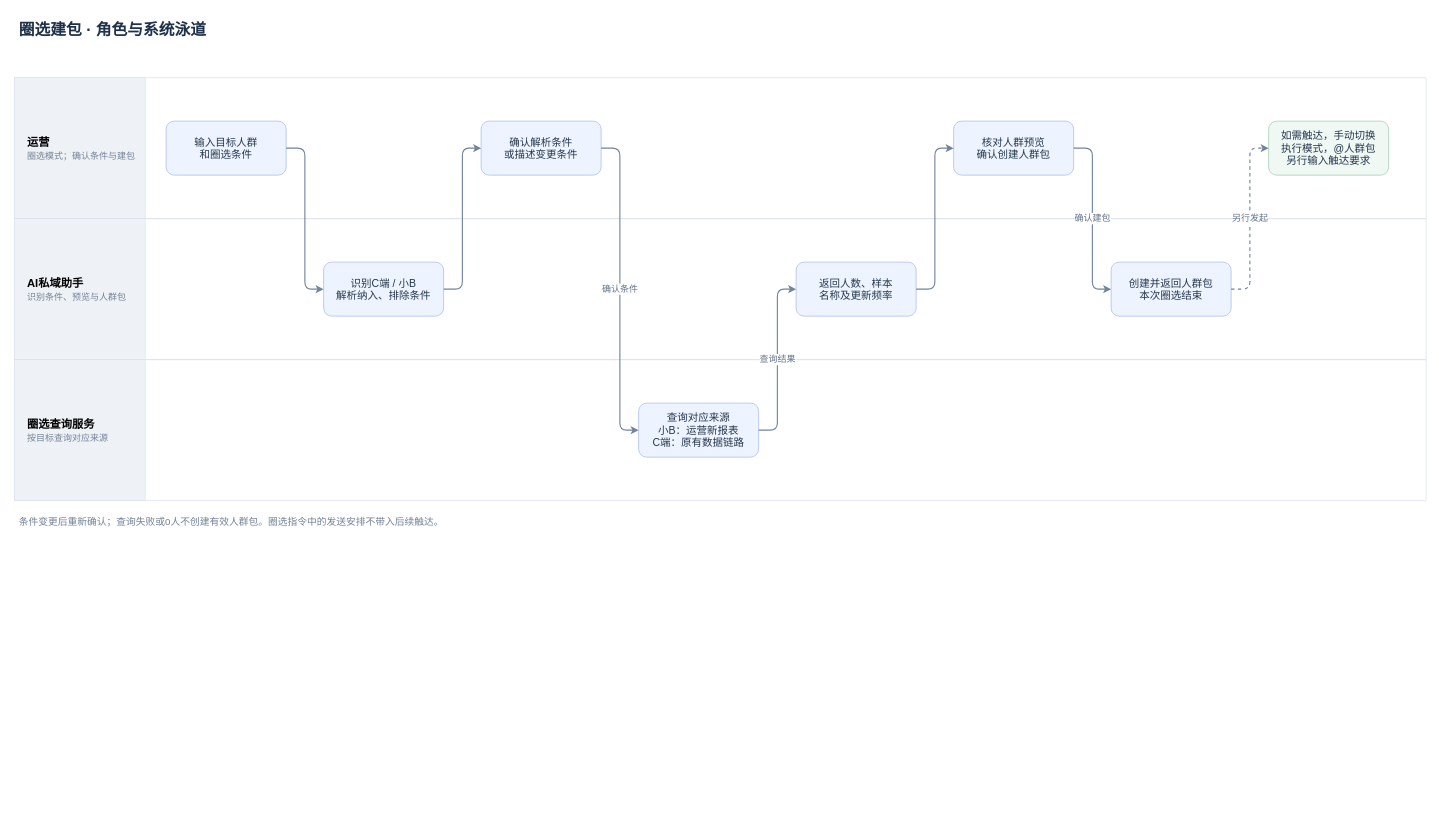
JZT-AI/ai-proactive-activation keeps this draw.io diagram as page "圈选建包｜系统角色泳道" (1 of 3) of message-notifications/消息通知-角色与系统业务流程.drawio. Above is the earlier version. Source tidied: cells renumbered, new cells numbered last; positions are measured from the earlier drawing's top-left corner, leaving out a move shared by most shapes. Both pictures are drawn from the tidied source at 75%, with x=0, y=0 at pixel (14, 14).
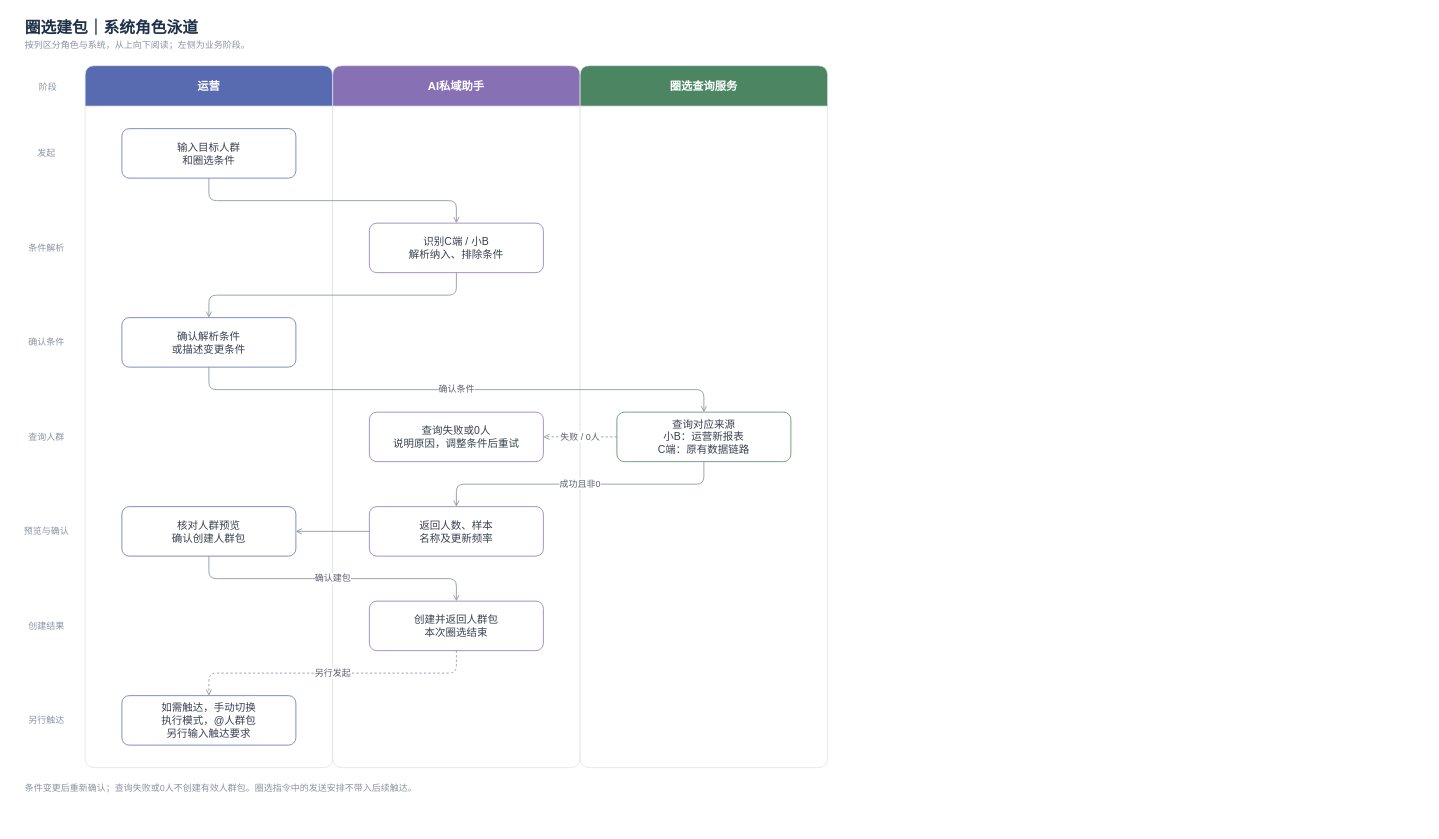
Above is the later version.

The edit, as a diff of the source:
```diff
@@
-    <mxCell id="2" value="圈选建包 · 角色与系统泳道" style="text;html=1;fontSize=21;fontStyle=1;fontColor=#20324a;align=left;" parent="1" vertex="1">
-      <mxGeometry x="4" width="1874" height="32" as="geometry" />
+    <mxCell id="2" value="圈选建包｜系统角色泳道" style="text;html=1;fontSize=21;fontStyle=1;fontColor=#20324a;align=left;" parent="1" vertex="1">
+      <mxGeometry x="12" y="-2" width="1066" height="32" as="geometry" />
     </mxCell>
-    <mxCell id="3" style="swimlane;horizontal=1;startSize=0;fillColor=#ffffff;strokeColor=#dce3ed;" parent="1" vertex="1">
-      <mxGeometry y="84" width="1882" height="188" as="geometry" />
+    <mxCell id="3" value="按列区分角色与系统，从上向下阅读；左侧为业务阶段。" style="text;html=1;fontSize=12;fontColor=#8993a4;align=left;" parent="1" vertex="1">
+      <mxGeometry x="12" y="27" width="1066" height="24" as="geometry" />
     </mxCell>
-    <mxCell id="4" value="运营&lt;br&gt;&lt;font style=&quot;font-size:12px;font-weight:normal;color:#758296&quot;&gt;圈选模式；确认条件与建包&lt;/font&gt;" style="rounded=0;whiteSpace=wrap;html=1;fillColor=#eef2f7;strokeColor=#dce3ed;fontSize=15;fontStyle=1;align=left;spacingLeft=15;" parent="3" vertex="1">
-      <mxGeometry width="174" height="188" as="geometry" />
+    <mxCell id="4" value="阶段" style="text;html=1;fontSize=12;fontColor=#8993a4;align=center;" parent="1" vertex="1">
+      <mxGeometry x="6" y="83" width="76" height="24" as="geometry" />
     </mxCell>
-    <mxCell id="5" style="swimlane;horizontal=1;startSize=0;fillColor=#f8fafc;strokeColor=#dce3ed;" parent="1" vertex="1">
-      <mxGeometry y="272" width="1882" height="188" as="geometry" />
+    <mxCell id="5" value="运营" style="swimlane;horizontal=1;startSize=54;rounded=1;arcSize=8;fillColor=#596bb0;swimlaneFillColor=#ffffff;strokeColor=#dce1e9;fontColor=#ffffff;fontSize=15;fontStyle=1;" parent="1" vertex="1">
+      <mxGeometry x="94" y="68" width="330" height="936" as="geometry" />
     </mxCell>
-    <mxCell id="6" value="AI私域助手&lt;br&gt;&lt;font style=&quot;font-size:12px;font-weight:normal;color:#758296&quot;&gt;识别条件、预览与人群包&lt;/font&gt;" style="rounded=0;whiteSpace=wrap;html=1;fillColor=#eef2f7;strokeColor=#dce3ed;fontSize=15;fontStyle=1;align=left;spacingLeft=15;" parent="5" vertex="1">
-      <mxGeometry width="174" height="188" as="geometry" />
+    <mxCell id="6" value="AI私域助手" style="swimlane;horizontal=1;startSize=54;rounded=1;arcSize=8;fillColor=#8870b5;swimlaneFillColor=#ffffff;strokeColor=#dce1e9;fontColor=#ffffff;fontSize=15;fontStyle=1;" parent="1" vertex="1">
+      <mxGeometry x="424" y="68" width="330" height="936" as="geometry" />
     </mxCell>
-    <mxCell id="7" style="swimlane;horizontal=1;startSize=0;fillColor=#ffffff;strokeColor=#dce3ed;" parent="1" vertex="1">
-      <mxGeometry y="460" width="1882" height="188" as="geometry" />
+    <mxCell id="7" value="圈选查询服务" style="swimlane;horizontal=1;startSize=54;rounded=1;arcSize=8;fillColor=#4c8562;swimlaneFillColor=#ffffff;strokeColor=#dce1e9;fontColor=#ffffff;fontSize=15;fontStyle=1;" parent="1" vertex="1">
+      <mxGeometry x="754" y="68" width="330" height="936" as="geometry" />
     </mxCell>
-    <mxCell id="8" value="圈选查询服务&lt;br&gt;&lt;font style=&quot;font-size:12px;font-weight:normal;color:#758296&quot;&gt;按目标查询对应来源&lt;/font&gt;" style="rounded=0;whiteSpace=wrap;html=1;fillColor=#eef2f7;strokeColor=#dce3ed;fontSize=15;fontStyle=1;align=left;spacingLeft=15;" parent="7" vertex="1">
-      <mxGeometry width="174" height="188" as="geometry" />
+    <mxCell id="8" value="发起" style="text;html=1;fontSize=12;fontColor=#8993a4;align=center;" parent="1" vertex="1">
+      <mxGeometry x="-2" y="171" width="88" height="28" as="geometry" />
     </mxCell>
-    <mxCell id="9" value="输入目标人群&lt;br&gt;和圈选条件" style="rounded=1;whiteSpace=wrap;html=1;fillColor=#eef4ff;strokeColor=#a8bde8;fontColor=#24364c;fontSize=14;spacing=8;" parent="3" vertex="1">
-      <mxGeometry x="202" y="58" width="160" height="72" as="geometry" />
+    <mxCell id="9" value="条件解析" style="text;html=1;fontSize=12;fontColor=#8993a4;align=center;" parent="1" vertex="1">
+      <mxGeometry x="-2" y="297" width="88" height="28" as="geometry" />
     </mxCell>
-    <mxCell id="10" value="识别C端 / 小B&lt;br&gt;解析纳入、排除条件" style="rounded=1;whiteSpace=wrap;html=1;fillColor=#eef4ff;strokeColor=#a8bde8;fontColor=#24364c;fontSize=14;spacing=8;" parent="5" vertex="1">
-      <mxGeometry x="412" y="58" width="160" height="72" as="geometry" />
+    <mxCell id="10" value="确认条件" style="text;html=1;fontSize=12;fontColor=#8993a4;align=center;" parent="1" vertex="1">
+      <mxGeometry x="-2" y="423" width="88" height="28" as="geometry" />
     </mxCell>
-    <mxCell id="11" value="确认解析条件&lt;br&gt;或描述变更条件" style="rounded=1;whiteSpace=wrap;html=1;fillColor=#eef4ff;strokeColor=#a8bde8;fontColor=#24364c;fontSize=14;spacing=8;" parent="3" vertex="1">
-      <mxGeometry x="622" y="58" width="160" height="72" as="geometry" />
+    <mxCell id="11" value="查询人群" style="text;html=1;fontSize=12;fontColor=#8993a4;align=center;" parent="1" vertex="1">
+      <mxGeometry x="-2" y="549" width="88" height="28" as="geometry" />
     </mxCell>
-    <mxCell id="12" value="查询对应来源&lt;br&gt;小B：运营新报表&lt;br&gt;C端：原有数据链路" style="rounded=1;whiteSpace=wrap;html=1;fillColor=#eef4ff;strokeColor=#a8bde8;fontColor=#24364c;fontSize=14;spacing=8;" parent="7" vertex="1">
-      <mxGeometry x="832" y="58" width="160" height="72" as="geometry" />
+    <mxCell id="12" value="预览与确认" style="text;html=1;fontSize=12;fontColor=#8993a4;align=center;" parent="1" vertex="1">
+      <mxGeometry x="-2" y="675" width="88" height="28" as="geometry" />
     </mxCell>
-    <mxCell id="13" value="返回人数、样本&lt;br&gt;名称及更新频率" style="rounded=1;whiteSpace=wrap;html=1;fillColor=#eef4ff;strokeColor=#a8bde8;fontColor=#24364c;fontSize=14;spacing=8;" parent="5" vertex="1">
-      <mxGeometry x="1042" y="58" width="160" height="72" as="geometry" />
+    <mxCell id="13" value="创建结果" style="text;html=1;fontSize=12;fontColor=#8993a4;align=center;" parent="1" vertex="1">
+      <mxGeometry x="-2" y="801" width="88" height="28" as="geometry" />
     </mxCell>
-    <mxCell id="14" value="核对人群预览&lt;br&gt;确认创建人群包" style="rounded=1;whiteSpace=wrap;html=1;fillColor=#eef4ff;strokeColor=#a8bde8;fontColor=#24364c;fontSize=14;spacing=8;" parent="3" vertex="1">
-      <mxGeometry x="1252" y="58" width="160" height="72" as="geometry" />
+    <mxCell id="14" value="另行触达" style="text;html=1;fontSize=12;fontColor=#8993a4;align=center;" parent="1" vertex="1">
+      <mxGeometry x="-2" y="927" width="88" height="28" as="geometry" />
     </mxCell>
-    <mxCell id="15" value="创建并返回人群包&lt;br&gt;本次圈选结束" style="rounded=1;whiteSpace=wrap;html=1;fillColor=#eef4ff;strokeColor=#a8bde8;fontColor=#24364c;fontSize=14;spacing=8;" parent="5" vertex="1">
-      <mxGeometry x="1462" y="58" width="160" height="72" as="geometry" />
+    <mxCell id="15" value="输入目标人群&lt;br&gt;和圈选条件" style="rounded=1;whiteSpace=wrap;html=1;fillColor=#ffffff;strokeColor=#596bb0;strokeWidth=1;fontColor=#374151;fontSize=14;spacing=8;" parent="5" vertex="1">
+      <mxGeometry x="49" y="84" width="232" height="66" as="geometry" />
     </mxCell>
-    <mxCell id="16" value="如需触达，手动切换&lt;br&gt;执行模式，@人群包&lt;br&gt;另行输入触达要求" style="rounded=1;whiteSpace=wrap;html=1;fillColor=#f0f8f4;strokeColor=#a6cbb5;fontColor=#24364c;fontSize=14;spacing=8;" parent="3" vertex="1">
-      <mxGeometry x="1672" y="58" width="160" height="72" as="geometry" />
+    <mxCell id="16" value="识别C端 / 小B&lt;br&gt;解析纳入、排除条件" style="rounded=1;whiteSpace=wrap;html=1;fillColor=#ffffff;strokeColor=#8870b5;strokeWidth=1;fontColor=#374151;fontSize=14;spacing=8;" parent="6" vertex="1">
+      <mxGeometry x="49" y="210" width="232" height="66" as="geometry" />
     </mxCell>
-    <mxCell id="17" style="edgeStyle=orthogonalEdgeStyle;rounded=1;html=1;strokeColor=#71849d;strokeWidth=1.5;fontSize=12;fontColor=#60728a;labelBackgroundColor=#ffffff;exitX=1;exitY=0.5;entryX=0;entryY=0.5;" parent="1" edge="1" source="9" target="10">
-      <mxGeometry relative="1" as="geometry">
-        <Array as="points">
-          <mxPoint x="387" y="178" />
-          <mxPoint x="387" y="366" />
-        </Array>
-      </mxGeometry>
+    <mxCell id="17" value="确认解析条件&lt;br&gt;或描述变更条件" style="rounded=1;whiteSpace=wrap;html=1;fillColor=#ffffff;strokeColor=#596bb0;strokeWidth=1;fontColor=#374151;fontSize=14;spacing=8;" parent="5" vertex="1">
+      <mxGeometry x="49" y="336" width="232" height="66" as="geometry" />
     </mxCell>
-    <mxCell id="18" style="edgeStyle=orthogonalEdgeStyle;rounded=1;html=1;strokeColor=#71849d;strokeWidth=1.5;fontSize=12;fontColor=#60728a;labelBackgroundColor=#ffffff;exitX=1;exitY=0.5;entryX=0;entryY=0.5;" parent="1" edge="1" source="10" target="11">
-      <mxGeometry relative="1" as="geometry">
-        <Array as="points">
-          <mxPoint x="597" y="366" />
-          <mxPoint x="597" y="178" />
-        </Array>
-      </mxGeometry>
+    <mxCell id="18" value="查询对应来源&lt;br&gt;小B：运营新报表&lt;br&gt;C端：原有数据链路" style="rounded=1;whiteSpace=wrap;html=1;fillColor=#ffffff;strokeColor=#4c8562;strokeWidth=1;fontColor=#374151;fontSize=14;spacing=8;" parent="7" vertex="1">
+      <mxGeometry x="49" y="462" width="232" height="66" as="geometry" />
     </mxCell>
-    <mxCell id="19" value="确认条件" style="edgeStyle=orthogonalEdgeStyle;rounded=1;html=1;strokeColor=#71849d;strokeWidth=1.5;fontSize=12;fontColor=#60728a;labelBackgroundColor=#ffffff;exitX=1;exitY=0.5;entryX=0;entryY=0.5;" parent="1" edge="1" source="11" target="12">
-      <mxGeometry relative="1" as="geometry">
-        <Array as="points">
-          <mxPoint x="807" y="178" />
-          <mxPoint x="807" y="554" />
-        </Array>
-      </mxGeometry>
+    <mxCell id="19" value="返回人数、样本&lt;br&gt;名称及更新频率" style="rounded=1;whiteSpace=wrap;html=1;fillColor=#ffffff;strokeColor=#8870b5;strokeWidth=1;fontColor=#374151;fontSize=14;spacing=8;" parent="6" vertex="1">
+      <mxGeometry x="49" y="588" width="232" height="66" as="geometry" />
     </mxCell>
-    <mxCell id="20" value="查询结果" style="edgeStyle=orthogonalEdgeStyle;rounded=1;html=1;strokeColor=#71849d;strokeWidth=1.5;fontSize=12;fontColor=#60728a;labelBackgroundColor=#ffffff;exitX=1;exitY=0.5;entryX=0;entryY=0.5;" parent="1" edge="1" source="12" target="13">
-      <mxGeometry relative="1" as="geometry">
-        <Array as="points">
-          <mxPoint x="1017" y="554" />
-          <mxPoint x="1017" y="366" />
-        </Array>
-      </mxGeometry>
+    <mxCell id="20" value="核对人群预览&lt;br&gt;确认创建人群包" style="rounded=1;whiteSpace=wrap;html=1;fillColor=#ffffff;strokeColor=#596bb0;strokeWidth=1;fontColor=#374151;fontSize=14;spacing=8;" parent="5" vertex="1">
+      <mxGeometry x="49" y="588" width="232" height="66" as="geometry" />
     </mxCell>
-    <mxCell id="21" style="edgeStyle=orthogonalEdgeStyle;rounded=1;html=1;strokeColor=#71849d;strokeWidth=1.5;fontSize=12;fontColor=#60728a;labelBackgroundColor=#ffffff;exitX=1;exitY=0.5;entryX=0;entryY=0.5;" parent="1" edge="1" source="13" target="14">
-      <mxGeometry relative="1" as="geometry">
-        <Array as="points">
-          <mxPoint x="1227" y="366" />
-          <mxPoint x="1227" y="178" />
-        </Array>
-      </mxGeometry>
+    <mxCell id="21" value="创建并返回人群包&lt;br&gt;本次圈选结束" style="rounded=1;whiteSpace=wrap;html=1;fillColor=#ffffff;strokeColor=#8870b5;strokeWidth=1;fontColor=#374151;fontSize=14;spacing=8;" parent="6" vertex="1">
+      <mxGeometry x="49" y="714" width="232" height="66" as="geometry" />
     </mxCell>
-    <mxCell id="22" value="确认建包" style="edgeStyle=orthogonalEdgeStyle;rounded=1;html=1;strokeColor=#71849d;strokeWidth=1.5;fontSize=12;fontColor=#60728a;labelBackgroundColor=#ffffff;exitX=1;exitY=0.5;entryX=0;entryY=0.5;" parent="1" edge="1" source="14" target="15">
-      <mxGeometry relative="1" as="geometry">
-        <Array as="points">
-          <mxPoint x="1437" y="178" />
-          <mxPoint x="1437" y="366" />
-        </Array>
-      </mxGeometry>
+    <mxCell id="22" value="如需触达，手动切换&lt;br&gt;执行模式，@人群包&lt;br&gt;另行输入触达要求" style="rounded=1;whiteSpace=wrap;html=1;fillColor=#ffffff;strokeColor=#596bb0;strokeWidth=1;fontColor=#374151;fontSize=14;spacing=8;" parent="5" vertex="1">
+      <mxGeometry x="49" y="840" width="232" height="66" as="geometry" />
     </mxCell>
-    <mxCell id="23" value="另行发起" style="edgeStyle=orthogonalEdgeStyle;rounded=1;html=1;strokeColor=#71849d;strokeWidth=1.5;fontSize=12;fontColor=#60728a;labelBackgroundColor=#ffffff;exitX=1;exitY=0.5;entryX=0;entryY=0.5;dashed=1;" parent="1" edge="1" source="15" target="16">
-      <mxGeometry relative="1" as="geometry">
-        <Array as="points">
-          <mxPoint x="1647" y="366" />
-          <mxPoint x="1647" y="178" />
-        </Array>
-      </mxGeometry>
+    <mxCell id="23" value="查询失败或0人&lt;br&gt;说明原因，调整条件后重试" style="rounded=1;whiteSpace=wrap;html=1;fillColor=#ffffff;strokeColor=#8870b5;strokeWidth=1;fontColor=#374151;fontSize=14;spacing=8;" parent="6" vertex="1">
+      <mxGeometry x="49" y="462" width="232" height="66" as="geometry" />
     </mxCell>
-    <mxCell id="24" value="条件变更后重新确认；查询失败或0人不创建有效人群包。圈选指令中的发送安排不带入后续触达。" style="text;html=1;whiteSpace=wrap;fontSize=13;fontColor=#718198;align=left;" parent="1" vertex="1">
-      <mxGeometry x="4" y="662" width="1874" height="62" as="geometry" />
+    <mxCell id="24" style="edgeStyle=orthogonalEdgeStyle;rounded=1;html=1;strokeColor=#7d8798;strokeWidth=1;fontSize=12;fontColor=#596273;labelBackgroundColor=#ffffff;endArrow=open;endFill=0;exitX=0.5;exitY=1;entryX=0.5;entryY=0;" parent="1" edge="1" source="15" target="16">
+      <mxGeometry relative="1" as="geometry">
+        <Array as="points">
+          <mxPoint x="259" y="248" />
+          <mxPoint x="589" y="248" />
+        </Array>
+      </mxGeometry>
     </mxCell>
+    <mxCell id="25" style="edgeStyle=orthogonalEdgeStyle;rounded=1;html=1;strokeColor=#7d8798;strokeWidth=1;fontSize=12;fontColor=#596273;labelBackgroundColor=#ffffff;endArrow=open;endFill=0;exitX=0.5;exitY=1;entryX=0.5;entryY=0;" parent="1" edge="1" source="16" target="17">
+      <mxGeometry relative="1" as="geometry">
+        <Array as="points">
+          <mxPoint x="589" y="374" />
+          <mxPoint x="259" y="374" />
+        </Array>
+      </mxGeometry>
+    </mxCell>
+    <mxCell id="26" value="确认条件" style="edgeStyle=orthogonalEdgeStyle;rounded=1;html=1;strokeColor=#7d8798;strokeWidth=1;fontSize=12;fontColor=#596273;labelBackgroundColor=#ffffff;endArrow=open;endFill=0;exitX=0.5;exitY=1;entryX=0.5;entryY=0;" parent="1" edge="1" source="17" target="18">
+      <mxGeometry relative="1" as="geometry">
+        <Array as="points">
+          <mxPoint x="259" y="500" />
+          <mxPoint x="919" y="500" />
+        </Array>
+      </mxGeometry>
+    </mxCell>
+    <mxCell id="27" value="成功且非0" style="edgeStyle=orthogonalEdgeStyle;rounded=1;html=1;strokeColor=#7d8798;strokeWidth=1;fontSize=12;fontColor=#596273;labelBackgroundColor=#ffffff;endArrow=open;endFill=0;exitX=0.5;exitY=1;entryX=0.5;entryY=0;" parent="1" edge="1" source="18" target="19">
+      <mxGeometry relative="1" as="geometry">
+        <Array as="points">
+          <mxPoint x="919" y="626" />
+          <mxPoint x="589" y="626" />
+        </Array>
+      </mxGeometry>
+    </mxCell>
+    <mxCell id="28" style="edgeStyle=orthogonalEdgeStyle;rounded=1;html=1;strokeColor=#7d8798;strokeWidth=1;fontSize=12;fontColor=#596273;labelBackgroundColor=#ffffff;endArrow=open;endFill=0;exitX=0;exitY=0.5;entryX=1;entryY=0.5;" parent="1" edge="1" source="19" target="20">
+      <mxGeometry relative="1" as="geometry" />
+    </mxCell>
+    <mxCell id="29" value="确认建包" style="edgeStyle=orthogonalEdgeStyle;rounded=1;html=1;strokeColor=#7d8798;strokeWidth=1;fontSize=12;fontColor=#596273;labelBackgroundColor=#ffffff;endArrow=open;endFill=0;exitX=0.5;exitY=1;entryX=0.5;entryY=0;" parent="1" edge="1" source="20" target="21">
+      <mxGeometry relative="1" as="geometry">
+        <Array as="points">
+          <mxPoint x="259" y="752" />
+          <mxPoint x="589" y="752" />
+        </Array>
+      </mxGeometry>
+    </mxCell>
+    <mxCell id="30" value="另行发起" style="edgeStyle=orthogonalEdgeStyle;rounded=1;html=1;strokeColor=#7d8798;strokeWidth=1;fontSize=12;fontColor=#596273;labelBackgroundColor=#ffffff;endArrow=open;endFill=0;exitX=0.5;exitY=1;entryX=0.5;entryY=0;dashed=1;dashPattern=3 3;" parent="1" edge="1" source="21" target="22">
+      <mxGeometry relative="1" as="geometry">
+        <Array as="points">
+          <mxPoint x="589" y="878" />
+          <mxPoint x="259" y="878" />
+        </Array>
+      </mxGeometry>
+    </mxCell>
+    <mxCell id="31" value="失败 / 0人" style="edgeStyle=orthogonalEdgeStyle;rounded=1;html=1;strokeColor=#7d8798;strokeWidth=1;fontSize=12;fontColor=#596273;labelBackgroundColor=#ffffff;endArrow=open;endFill=0;exitX=0;exitY=0.5;entryX=1;entryY=0.5;dashed=1;dashPattern=3 3;" parent="1" edge="1" source="18" target="23">
+      <mxGeometry relative="1" as="geometry" />
+    </mxCell>
+    <mxCell id="32" value="条件变更后重新确认；查询失败或0人不创建有效人群包。圈选指令中的发送安排不带入后续触达。" style="text;html=1;whiteSpace=wrap;fontSize=12;fontColor=#8993a4;align=left;" parent="1" vertex="1">
+      <mxGeometry x="12" y="1018" width="1066" height="64" as="geometry" />
+    </mxCell>
```
